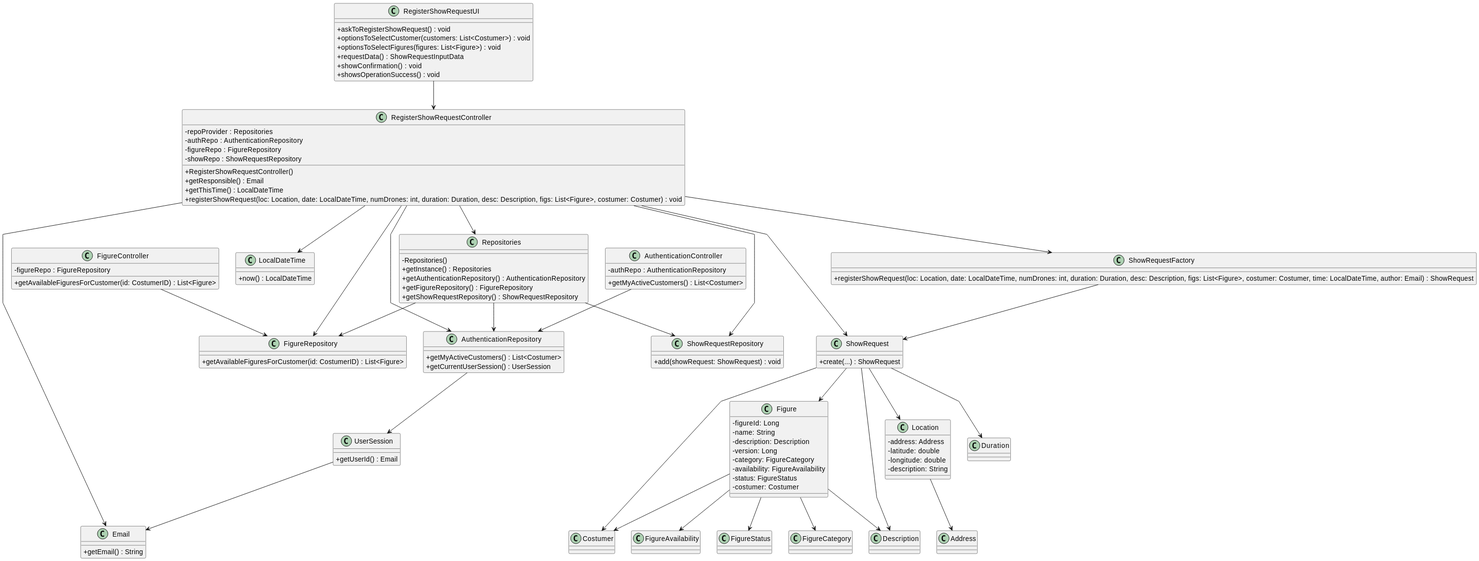
SAEmanuel/Shodrone_ISEP keeps this PlantUML diagram as docs/planning/sprint3/EAPLI/US372 - Check shows dates (Jorge)/03.design/img/class_diagram.svg. Above is the earlier version. Source of this version:
```plantuml
@startuml
skinparam packageStyle rectangle
skinparam shadowing false
skinparam linetype polyline
skinparam classAttributeIconSize 0

class RegisterShowRequestController {
    - repoProvider : Repositories
    - authRepo : AuthenticationRepository
    - figureRepo : FigureRepository
    - showRepo : ShowRequestRepository
    + RegisterShowRequestController()
    + getResponsible() : Email
    + getThisTime() : LocalDateTime
    + registerShowRequest(loc: Location, date: LocalDateTime, numDrones: int, duration: Duration, desc: Description, figs: List<Figure>, costumer: Costumer) : void
}

class FigureController {
    - figureRepo : FigureRepository
    + getAvailableFiguresForCustomer(id: CostumerID) : List<Figure>
}

class AuthenticationController {
    - authRepo : AuthenticationRepository
    + getMyActiveCustomers() : List<Costumer>
}

class RegisterShowRequestUI {
    + askToRegisterShowRequest() : void
    + optionsToSelectCustomer(customers: List<Costumer>) : void
    + optionsToSelectFigures(figures: List<Figure>) : void
    + requestData() : ShowRequestInputData
    + showConfirmation() : void
    + showsOperationSuccess() : void
}

class ShowRequestFactory {
    + registerShowRequest(loc: Location, date: LocalDateTime, numDrones: int, duration: Duration, desc: Description, figs: List<Figure>, costumer: Costumer, time: LocalDateTime, author: Email) : ShowRequest
}

class Repositories {
    - Repositories()
    + getInstance() : Repositories
    + getAuthenticationRepository() : AuthenticationRepository
    + getFigureRepository() : FigureRepository
    + getShowRequestRepository() : ShowRequestRepository
}

class AuthenticationRepository {
    + getMyActiveCustomers() : List<Costumer>
    + getCurrentUserSession() : UserSession
}

class FigureRepository {
    + getAvailableFiguresForCustomer(id: CostumerID) : List<Figure>
}

class ShowRequestRepository {
    + add(showRequest: ShowRequest) : void
}

class ShowRequest {
    + create(...) : ShowRequest
}

class Costumer
class Figure {
    - figureId: Long
    - name: String
    - description: Description
    - version: Long
    - category: FigureCategory
    - availability: FigureAvailability
    - status: FigureStatus
    - costumer: Costumer
}

class FigureCategory
class FigureAvailability
class FigureStatus

class Location {
    - address: Address
    - latitude: double
    - longitude: double
    - description: String
}

class Address
class Description
class Duration

class UserSession {
    + getUserId() : Email
}

class Email {
    + getEmail() : String
}

class LocalDateTime {
    + now() : LocalDateTime
}

RegisterShowRequestUI --> RegisterShowRequestController
RegisterShowRequestController --> Repositories
RegisterShowRequestController --> AuthenticationRepository
RegisterShowRequestController --> FigureRepository
RegisterShowRequestController --> ShowRequestRepository
RegisterShowRequestController --> ShowRequestFactory
RegisterShowRequestController --> LocalDateTime
RegisterShowRequestController --> Email
RegisterShowRequestController --> ShowRequest

AuthenticationController --> AuthenticationRepository
FigureController --> FigureRepository

AuthenticationRepository --> UserSession
UserSession --> Email

Repositories --> ShowRequestRepository
Repositories --> AuthenticationRepository
Repositories --> FigureRepository

ShowRequestFactory --> ShowRequest

Figure --> FigureCategory
Figure --> FigureAvailability
Figure --> FigureStatus
Figure --> Description
Figure --> Costumer

Location --> Address
ShowRequest --> Location
ShowRequest --> Costumer
ShowRequest --> Description
ShowRequest --> Duration
ShowRequest --> Figure
@enduml
```
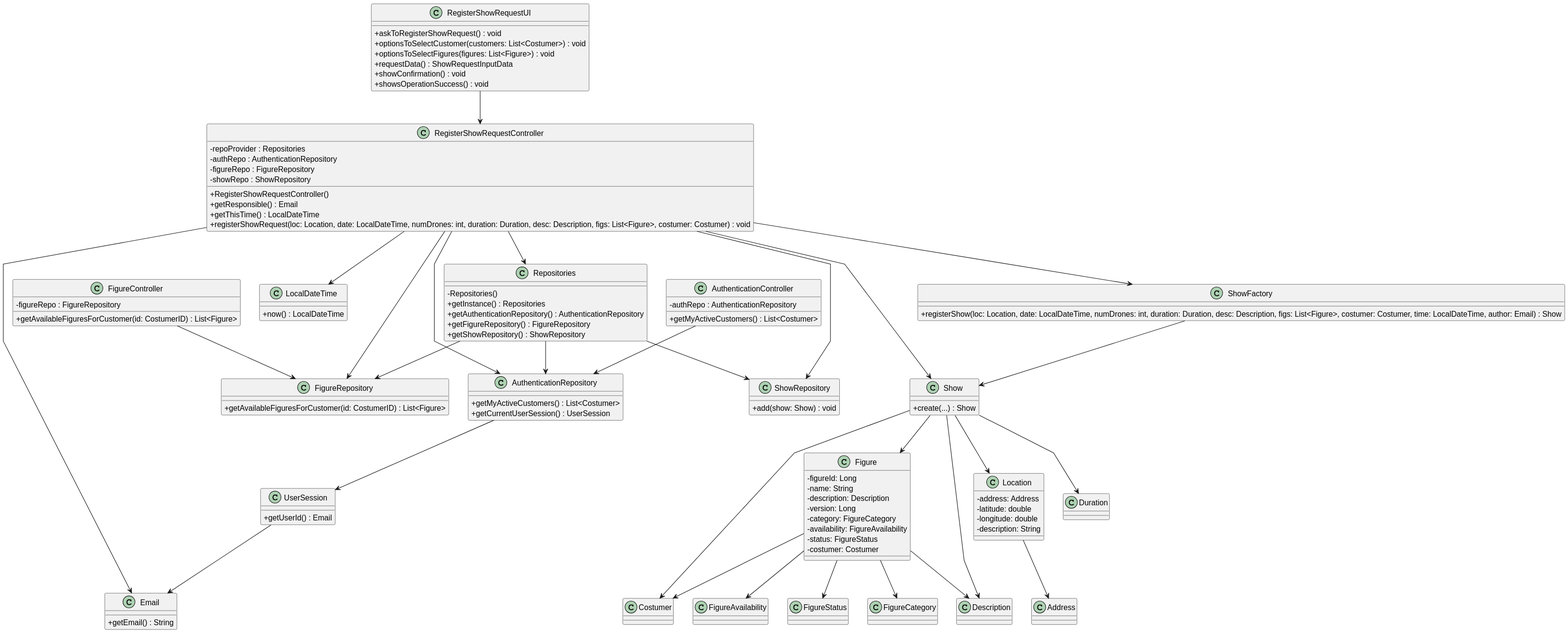
Above is the later version.

What changed in the source:
```diff
@@ -8,7 +8,7 @@
     - repoProvider : Repositories
     - authRepo : AuthenticationRepository
     - figureRepo : FigureRepository
-    - showRepo : ShowRequestRepository
+    - showRepo : ShowRepository
     + RegisterShowRequestController()
     + getResponsible() : Email
     + getThisTime() : LocalDateTime
@@ -34,8 +34,8 @@
     + showsOperationSuccess() : void
 }
 
-class ShowRequestFactory {
-    + registerShowRequest(loc: Location, date: LocalDateTime, numDrones: int, duration: Duration, desc: Description, figs: List<Figure>, costumer: Costumer, time: LocalDateTime, author: Email) : ShowRequest
+class ShowFactory {
+    + registerShow(loc: Location, date: LocalDateTime, numDrones: int, duration: Duration, desc: Description, figs: List<Figure>, costumer: Costumer, time: LocalDateTime, author: Email) : Show
 }
 
 class Repositories {
@@ -43,7 +43,7 @@
     + getInstance() : Repositories
     + getAuthenticationRepository() : AuthenticationRepository
     + getFigureRepository() : FigureRepository
-    + getShowRequestRepository() : ShowRequestRepository
+    + getShowRepository() : ShowRepository
 }
 
 class AuthenticationRepository {
@@ -55,12 +55,12 @@
     + getAvailableFiguresForCustomer(id: CostumerID) : List<Figure>
 }
 
-class ShowRequestRepository {
-    + add(showRequest: ShowRequest) : void
+class ShowRepository {
+    + add(show: Show) : void
 }
 
-class ShowRequest {
-    + create(...) : ShowRequest
+class Show {
+    + create(...) : Show
 }
 
 class Costumer
@@ -106,11 +106,11 @@
 RegisterShowRequestController --> Repositories
 RegisterShowRequestController --> AuthenticationRepository
 RegisterShowRequestController --> FigureRepository
-RegisterShowRequestController --> ShowRequestRepository
-RegisterShowRequestController --> ShowRequestFactory
+RegisterShowRequestController --> ShowRepository
+RegisterShowRequestController --> ShowFactory
 RegisterShowRequestController --> LocalDateTime
 RegisterShowRequestController --> Email
-RegisterShowRequestController --> ShowRequest
+RegisterShowRequestController --> Show
 
 AuthenticationController --> AuthenticationRepository
 FigureController --> FigureRepository
@@ -118,11 +118,11 @@
 AuthenticationRepository --> UserSession
 UserSession --> Email
 
-Repositories --> ShowRequestRepository
+Repositories --> ShowRepository
 Repositories --> AuthenticationRepository
 Repositories --> FigureRepository
 
-ShowRequestFactory --> ShowRequest
+ShowFactory --> Show
 
 Figure --> FigureCategory
 Figure --> FigureAvailability
@@ -131,9 +131,9 @@
 Figure --> Costumer
 
 Location --> Address
-ShowRequest --> Location
-ShowRequest --> Costumer
-ShowRequest --> Description
-ShowRequest --> Duration
-ShowRequest --> Figure
+Show --> Location
+Show --> Costumer
+Show --> Description
+Show --> Duration
+Show --> Figure
 @enduml
```
